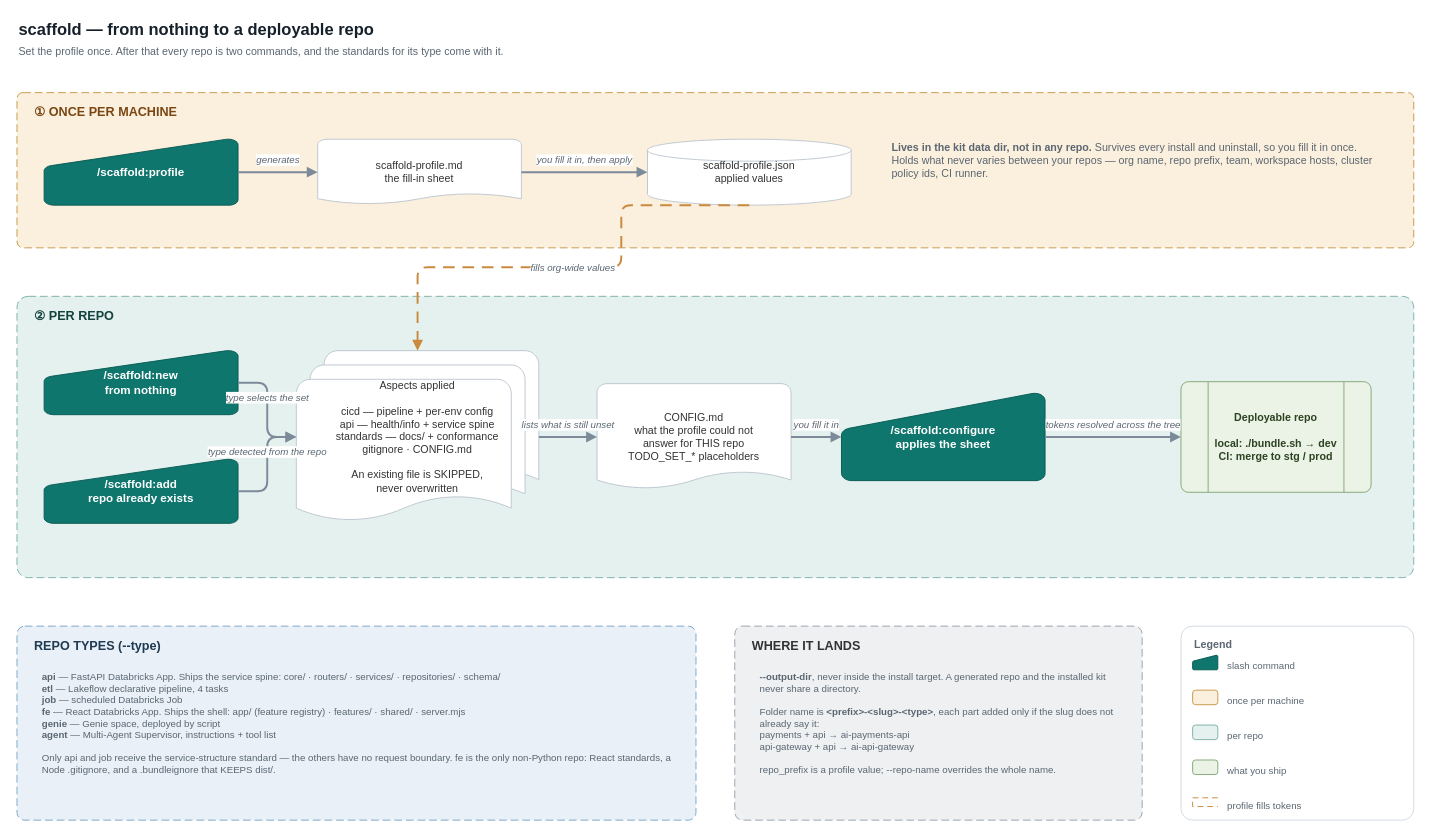
Above: core/skills/scaffold/docs/scaffold-flow.drawio in atieqrehman11/agent-kit (draw.io), before the change. Source tidied: cells renumbered, new cells numbered last; positions are measured from the earlier drawing's top-left corner, leaving out a move shared by most shapes. Both pictures are drawn from the tidied source at 97%, with x=0, y=0 at pixel (16, 16).
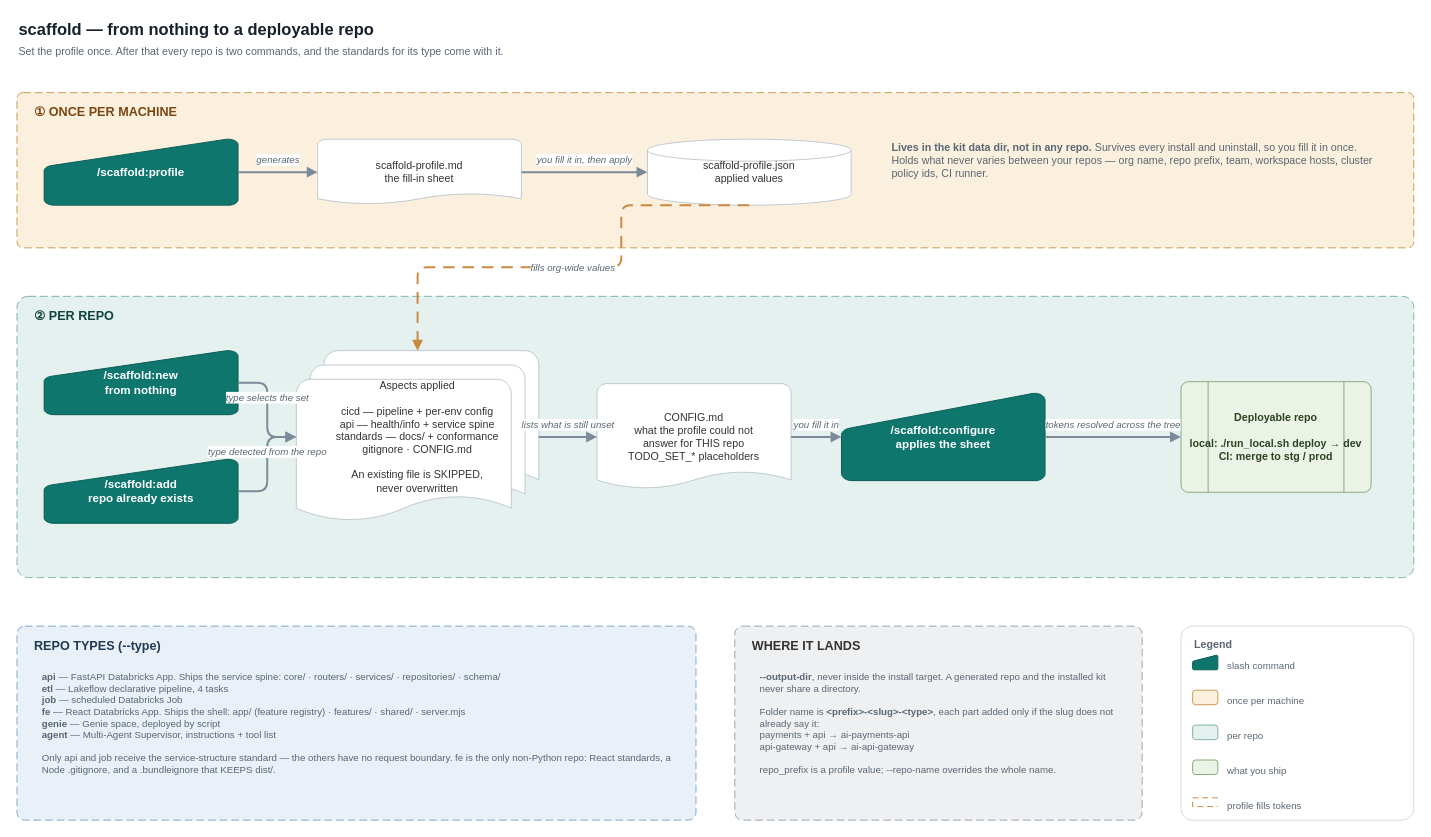
The same page after the edit.

The change refers to these unchanged cells:
```xml
<mxCell id="11" value="②  PER REPO" style="rounded=1;arcSize=4;whiteSpace=wrap;html=1;dashed=1;dashPattern=8 4;fillColor=#E4F1EF;strokeColor=#7FB3AB;verticalAlign=top;align=left;spacingLeft=16;spacingTop=6;fontColor=#12433D;fontStyle=1;fontSize=13;fontFamily=Helvetica;" parent="1" vertex="1">
  <mxGeometry y="288" width="1440" height="290" as="geometry" />
</mxCell>
```

Change to the diagram source:
```diff
@@
-    <mxCell id="17" value="Deployable repo&lt;br&gt;&lt;br&gt;local: ./bundle.sh → dev&lt;br&gt;CI: merge to stg / prod" style="shape=mxgraph.flowchart.predefined_process;whiteSpace=wrap;html=1;fillColor=#EBF2E6;strokeColor=#86A97A;fontColor=#2C4321;fontSize=11;fontFamily=Helvetica;verticalAlign=middle;align=center;spacing=4;fontStyle=1;" parent="11" vertex="1">
+    <mxCell id="17" value="Deployable repo&lt;br&gt;&lt;br&gt;local: ./run_local.sh deploy → dev&lt;br&gt;CI: merge to stg / prod" style="shape=mxgraph.flowchart.predefined_process;whiteSpace=wrap;html=1;fillColor=#EBF2E6;strokeColor=#86A97A;fontColor=#2C4321;fontSize=11;fontFamily=Helvetica;verticalAlign=middle;align=center;spacing=4;fontStyle=1;" parent="11" vertex="1">
       <mxGeometry x="1200" y="88" width="196" height="114" as="geometry" />
     </mxCell>
```
